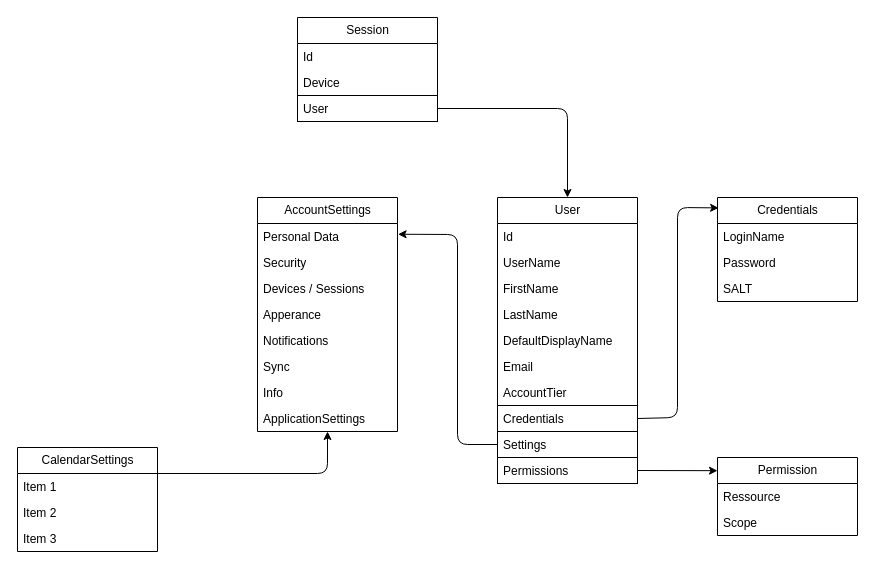
This is Architecture/Domains/Administration.drawio from TodoXpress/Documentation, a draw.io file, before an edit. Source tidied: cells renumbered, new cells numbered last; positions are measured from the earlier drawing's top-left corner, leaving out a move shared by most shapes. Both pictures are drawn from the tidied source at 100%, with x=0, y=0 at pixel (17, 17).
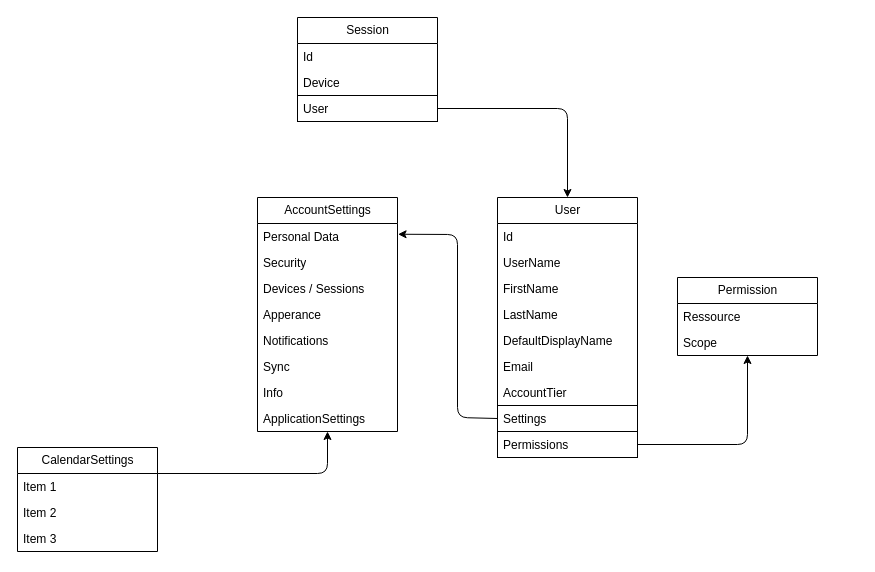
The same page after the edit.

Commit message:
diagram adjustment

Unchanged cells that the change refers to:
```xml
<mxCell id="18" value="AccountSettings" style="swimlane;fontStyle=0;horizontal=1;startSize=26;fillColor=none;html=1;strokeColor=default;" parent="1" vertex="1">
  <mxGeometry x="240" y="180" width="140" height="234" as="geometry" />
</mxCell>
<mxCell id="40" value="Scope" style="text;strokeColor=none;fillColor=none;align=left;verticalAlign=top;spacingLeft=4;spacingRight=4;overflow=hidden;points=[[0,0.5],[1,0.5]];portConstraint=eastwest;whiteSpace=wrap;html=1;" parent="38" vertex="1">
  <mxGeometry y="52" width="140" height="26" as="geometry" />
</mxCell>
```

Change to the diagram source:
```diff
@@
     <mxCell id="2" value="User" style="swimlane;fontStyle=0;horizontal=1;startSize=26;fillColor=none;html=1;" parent="1" vertex="1">
-      <mxGeometry x="480" y="180" width="140" height="286" as="geometry" />
+      <mxGeometry x="480" y="180" width="140" height="260" as="geometry" />
     </mxCell>
@@
-    <mxCell id="10" value="Credentials" style="text;strokeColor=default;fillColor=none;align=left;verticalAlign=top;spacingLeft=4;spacingRight=4;overflow=hidden;points=[[0,0.5],[1,0.5]];portConstraint=eastwest;whiteSpace=wrap;html=1;" parent="2" vertex="1">
-      <mxGeometry y="208" width="140" height="26" as="geometry" />
-    </mxCell>
     <mxCell id="11" value="Settings" style="text;strokeColor=default;fillColor=none;align=left;verticalAlign=top;spacingLeft=4;spacingRight=4;overflow=hidden;points=[[0,0.5],[1,0.5]];portConstraint=eastwest;whiteSpace=wrap;html=1;" parent="2" vertex="1">
-      <mxGeometry y="234" width="140" height="26" as="geometry" />
+      <mxGeometry y="208" width="140" height="26" as="geometry" />
     </mxCell>
     <mxCell id="12" value="Permissions" style="text;strokeColor=default;fillColor=none;align=left;verticalAlign=top;spacingLeft=4;spacingRight=4;overflow=hidden;points=[[0,0.5],[1,0.5]];portConstraint=eastwest;whiteSpace=wrap;html=1;" parent="2" vertex="1">
-      <mxGeometry y="260" width="140" height="26" as="geometry" />
+      <mxGeometry y="234" width="140" height="26" as="geometry" />
     </mxCell>
-    <mxCell id="13" value="Credentials" style="swimlane;fontStyle=0;horizontal=1;startSize=26;fillColor=none;html=1;strokeColor=default;" parent="1" vertex="1">
-      <mxGeometry x="700" y="180" width="140" height="104" as="geometry" />
-    </mxCell>
-    <mxCell id="14" value="LoginName" style="text;strokeColor=none;fillColor=none;align=left;verticalAlign=top;spacingLeft=4;spacingRight=4;overflow=hidden;whiteSpace=wrap;html=1;" parent="13" vertex="1">
-      <mxGeometry y="26" width="140" height="26" as="geometry" />
-    </mxCell>
-    <mxCell id="15" value="Password" style="text;strokeColor=none;fillColor=none;align=left;verticalAlign=top;spacingLeft=4;spacingRight=4;overflow=hidden;whiteSpace=wrap;html=1;" parent="13" vertex="1">
-      <mxGeometry y="52" width="140" height="26" as="geometry" />
-    </mxCell>
-    <mxCell id="16" value="SALT" style="text;strokeColor=none;fillColor=none;align=left;verticalAlign=top;spacingLeft=4;spacingRight=4;overflow=hidden;whiteSpace=wrap;html=1;" parent="13" vertex="1">
-      <mxGeometry y="78" width="140" height="26" as="geometry" />
-    </mxCell>
-    <mxCell id="17" style="edgeStyle=none;html=1;exitX=1;exitY=0.5;exitDx=0;exitDy=0;entryX=0.008;entryY=0.1;entryDx=0;entryDy=0;entryPerimeter=0;" parent="1" edge="1" source="10" target="13">
-      <mxGeometry relative="1" as="geometry">
-        <Array as="points">
-          <mxPoint x="660" y="400" />
-          <mxPoint x="660" y="190" />
-        </Array>
-      </mxGeometry>
-    </mxCell>
@@
     <mxCell id="27" style="edgeStyle=none;html=1;exitX=0;exitY=0.5;exitDx=0;exitDy=0;entryX=1.004;entryY=0.157;entryDx=0;entryDy=0;entryPerimeter=0;" parent="1" edge="1" source="11" target="18">
       <mxGeometry relative="1" as="geometry">
         <Array as="points">
-          <mxPoint x="440" y="427" />
+          <mxPoint x="440" y="400" />
           <mxPoint x="440" y="217" />
         </Array>
       </mxGeometry>
     </mxCell>
@@
     <mxCell id="38" value="Permission" style="swimlane;fontStyle=0;horizontal=1;startSize=26;fillColor=none;html=1;strokeColor=default;" parent="1" vertex="1">
-      <mxGeometry x="700" y="440" width="140" height="78" as="geometry" />
+      <mxGeometry x="660" y="260" width="140" height="78" as="geometry" />
     </mxCell>
@@
-    <mxCell id="41" style="edgeStyle=none;html=1;exitX=1;exitY=0.5;exitDx=0;exitDy=0;entryX=0;entryY=0.169;entryDx=0;entryDy=0;entryPerimeter=0;" parent="1" edge="1" source="12" target="38">
-      <mxGeometry relative="1" as="geometry" />
+    <mxCell id="41" style="edgeStyle=none;html=1;exitX=1;exitY=0.5;exitDx=0;exitDy=0;" parent="1" edge="1" source="12" target="40">
+      <mxGeometry relative="1" as="geometry">
+        <Array as="points">
+          <mxPoint x="730" y="427" />
+        </Array>
+      </mxGeometry>
     </mxCell>
```
